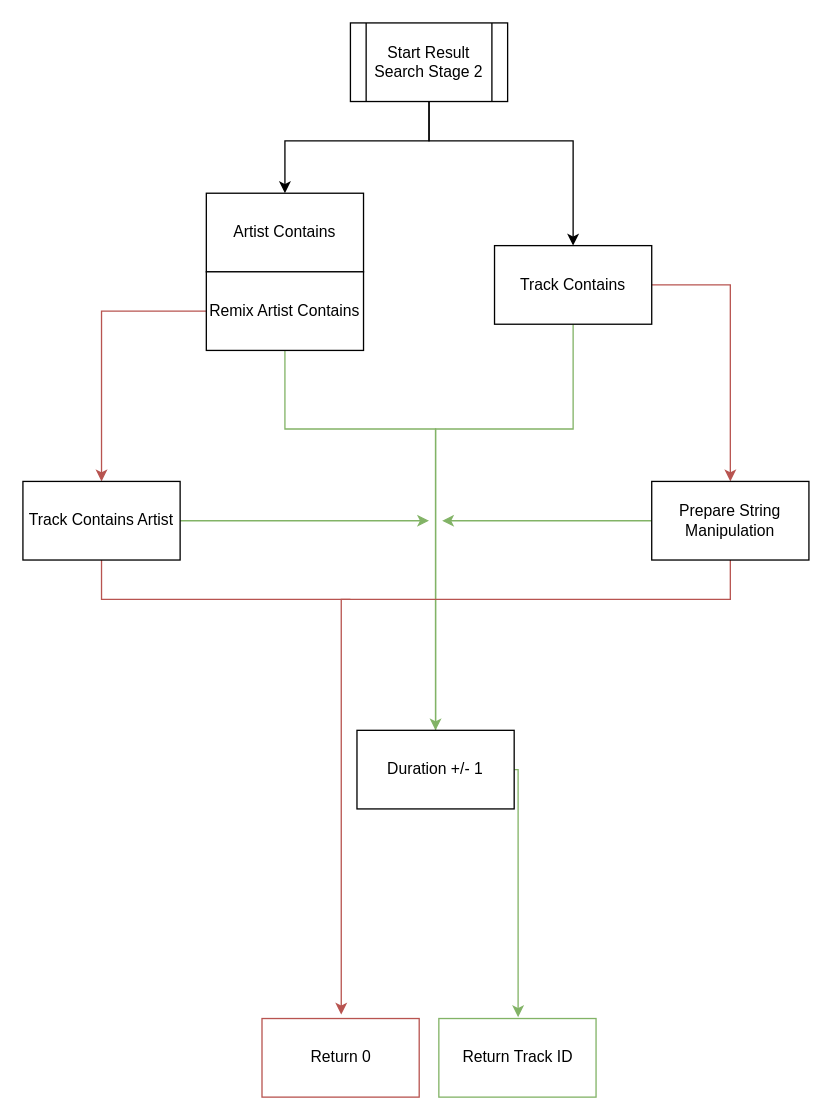
This is img/ResultSearch_2.drawio from BackInBash/DeezerSync, a draw.io file, before an edit. Source tidied: cells renumbered, new cells numbered last; positions are measured from the earlier drawing's top-left corner, leaving out a move shared by most shapes. Both pictures are drawn from the tidied source at 131%, with x=0, y=0 at pixel (22, 22).
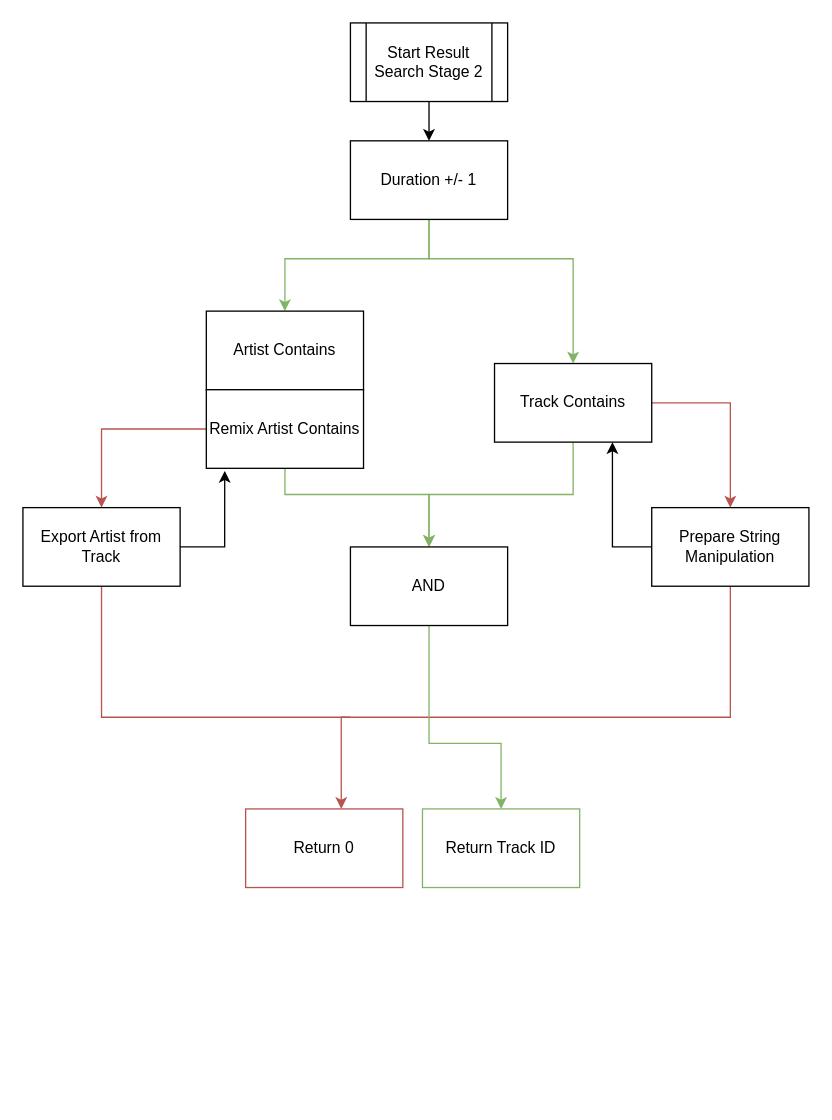
Above is the later version.

The change refers to these unchanged cells:
```xml
<mxCell id="4" value="Start Result Search Stage 2" style="shape=process;whiteSpace=wrap;html=1;backgroundOutline=1;" parent="1" vertex="1">
  <mxGeometry x="250" width="120" height="60" as="geometry" />
</mxCell>
```

Diff of the diagram source:
```diff
@@
-    <mxCell id="2" style="edgeStyle=orthogonalEdgeStyle;rounded=0;jettySize=auto;html=1;entryX=0.5;entryY=0;entryDx=0;entryDy=0;endArrow=classic;endFill=1;" parent="1" edge="1" source="4" target="5">
+    <mxCell id="2" style="edgeStyle=orthogonalEdgeStyle;rounded=0;jettySize=auto;html=1;entryX=0.5;entryY=0;entryDx=0;entryDy=0;endArrow=classic;endFill=1;fillColor=#d5e8d4;strokeColor=#82b366;" parent="1" edge="1" target="5">
       <mxGeometry relative="1" as="geometry">
+        <mxPoint x="310" y="150" as="sourcePoint" />
         <Array as="points">
-          <mxPoint x="310" y="90" />
-          <mxPoint x="200" y="90" />
+          <mxPoint x="310" y="180" />
+          <mxPoint x="200" y="180" />
         </Array>
       </mxGeometry>
     </mxCell>
-    <mxCell id="3" style="edgeStyle=orthogonalEdgeStyle;rounded=0;jettySize=auto;html=1;entryX=0.5;entryY=0;entryDx=0;entryDy=0;endArrow=classic;endFill=1;" parent="1" edge="1" source="4" target="8">
+    <mxCell id="3" style="edgeStyle=orthogonalEdgeStyle;rounded=0;jettySize=auto;html=1;entryX=0.5;entryY=0;entryDx=0;entryDy=0;endArrow=classic;endFill=1;fillColor=#d5e8d4;strokeColor=#82b366;" parent="1" edge="1" target="8">
       <mxGeometry relative="1" as="geometry">
+        <mxPoint x="310" y="150" as="sourcePoint" />
         <Array as="points">
-          <mxPoint x="310" y="90" />
-          <mxPoint x="420" y="90" />
+          <mxPoint x="310" y="180" />
+          <mxPoint x="420" y="180" />
         </Array>
       </mxGeometry>
     </mxCell>
+    <mxCell id="22" style="edgeStyle=orthogonalEdgeStyle;rounded=0;jettySize=auto;html=1;entryX=0.5;entryY=0;entryDx=0;entryDy=0;" parent="1" edge="1" source="4" target="13">
+      <mxGeometry relative="1" as="geometry" />
+    </mxCell>
@@
     <mxCell id="5" value="Artist Contains" style="rounded=0;whiteSpace=wrap;html=1;" parent="1" vertex="1">
-      <mxGeometry x="140" y="130" width="120" height="60" as="geometry" />
+      <mxGeometry x="140" y="220" width="120" height="60" as="geometry" />
     </mxCell>
-    <mxCell id="6" style="edgeStyle=orthogonalEdgeStyle;rounded=0;jettySize=auto;html=1;entryX=0.5;entryY=0;entryDx=0;entryDy=0;endArrow=classic;endFill=1;fillColor=#d5e8d4;strokeColor=#82b366;" parent="1" edge="1" source="8" target="13">
-      <mxGeometry relative="1" as="geometry">
-        <Array as="points">
-          <mxPoint x="420" y="310" />
-          <mxPoint x="315" y="310" />
-        </Array>
-      </mxGeometry>
-    </mxCell>
     <mxCell id="7" style="edgeStyle=orthogonalEdgeStyle;rounded=0;jettySize=auto;html=1;entryX=0.5;entryY=0;entryDx=0;entryDy=0;endArrow=classic;endFill=1;fillColor=#f8cecc;strokeColor=#b85450;" parent="1" edge="1" source="8" target="18">
       <mxGeometry relative="1" as="geometry">
         <Array as="points">
-          <mxPoint x="540" y="200" />
+          <mxPoint x="540" y="290" />
         </Array>
       </mxGeometry>
     </mxCell>
+    <mxCell id="23" style="edgeStyle=orthogonalEdgeStyle;rounded=0;jettySize=auto;html=1;entryX=0.5;entryY=0;entryDx=0;entryDy=0;fillColor=#d5e8d4;strokeColor=#82b366;" parent="1" edge="1" source="8" target="28">
+      <mxGeometry relative="1" as="geometry" />
+    </mxCell>
     <mxCell id="8" value="Track Contains" style="rounded=0;whiteSpace=wrap;html=1;" parent="1" vertex="1">
-      <mxGeometry x="360" y="170" width="120" height="60" as="geometry" />
+      <mxGeometry x="360" y="260" width="120" height="60" as="geometry" />
     </mxCell>
-    <mxCell id="9" style="edgeStyle=orthogonalEdgeStyle;rounded=0;jettySize=auto;html=1;entryX=0.5;entryY=0;entryDx=0;entryDy=0;endArrow=none;endFill=0;fillColor=#d5e8d4;strokeColor=#82b366;" parent="1" edge="1" source="11" target="13">
-      <mxGeometry relative="1" as="geometry">
-        <Array as="points">
-          <mxPoint x="200" y="310" />
-          <mxPoint x="315" y="310" />
-        </Array>
-      </mxGeometry>
-    </mxCell>
@@
+    <mxCell id="24" style="edgeStyle=orthogonalEdgeStyle;rounded=0;jettySize=auto;html=1;fillColor=#d5e8d4;strokeColor=#82b366;" parent="1" edge="1" source="11">
+      <mxGeometry relative="1" as="geometry">
+        <mxPoint x="310" y="400" as="targetPoint" />
+        <Array as="points">
+          <mxPoint x="200" y="360" />
+          <mxPoint x="310" y="360" />
+        </Array>
+      </mxGeometry>
+    </mxCell>
     <mxCell id="11" value="Remix Artist Contains" style="rounded=0;whiteSpace=wrap;html=1;" parent="1" vertex="1">
-      <mxGeometry x="140" y="190" width="120" height="60" as="geometry" />
+      <mxGeometry x="140" y="280" width="120" height="60" as="geometry" />
     </mxCell>
-    <mxCell id="12" style="edgeStyle=orthogonalEdgeStyle;rounded=0;jettySize=auto;html=1;endArrow=classic;endFill=1;fillColor=#d5e8d4;strokeColor=#82b366;" parent="1" edge="1" source="13">
-      <mxGeometry relative="1" as="geometry">
-        <mxPoint x="378" y="759" as="targetPoint" />
-        <Array as="points">
-          <mxPoint x="378" y="570" />
-        </Array>
-      </mxGeometry>
-    </mxCell>
     <mxCell id="13" value="Duration +/- 1" style="rounded=0;whiteSpace=wrap;html=1;" parent="1" vertex="1">
-      <mxGeometry x="255" y="540" width="120" height="60" as="geometry" />
+      <mxGeometry x="250" y="90" width="120" height="60" as="geometry" />
     </mxCell>
     <mxCell id="14" value="Return Track ID" style="rounded=0;whiteSpace=wrap;html=1;fillColor=none;strokeColor=#82b366;" parent="1" vertex="1">
-      <mxGeometry x="317.5" y="760" width="120" height="60" as="geometry" />
+      <mxGeometry x="305" y="600" width="120" height="60" as="geometry" />
     </mxCell>
     <mxCell id="15" value="Return 0" style="rounded=0;whiteSpace=wrap;html=1;fillColor=none;strokeColor=#b85450;" parent="1" vertex="1">
-      <mxGeometry x="182.5" y="760" width="120" height="60" as="geometry" />
+      <mxGeometry x="170" y="600" width="120" height="60" as="geometry" />
     </mxCell>
-    <mxCell id="16" style="edgeStyle=orthogonalEdgeStyle;rounded=0;jettySize=auto;html=1;endArrow=classic;endFill=1;fillColor=#d5e8d4;strokeColor=#82b366;" parent="1" edge="1" source="18">
-      <mxGeometry relative="1" as="geometry">
-        <mxPoint x="320" y="380" as="targetPoint" />
-      </mxGeometry>
-    </mxCell>
     <mxCell id="17" style="edgeStyle=orthogonalEdgeStyle;rounded=0;jettySize=auto;html=1;endArrow=classic;endFill=1;fillColor=#f8cecc;strokeColor=#b85450;" parent="1" edge="1" source="18">
       <mxGeometry relative="1" as="geometry">
-        <mxPoint x="243" y="757" as="targetPoint" />
+        <mxPoint x="243" y="600" as="targetPoint" />
         <Array as="points">
-          <mxPoint x="540" y="440" />
-          <mxPoint x="243" y="440" />
-          <mxPoint x="243" y="757" />
+          <mxPoint x="540" y="530" />
+          <mxPoint x="243" y="530" />
         </Array>
       </mxGeometry>
     </mxCell>
+    <mxCell id="25" style="edgeStyle=orthogonalEdgeStyle;rounded=0;jettySize=auto;html=1;entryX=0.75;entryY=1;entryDx=0;entryDy=0;" parent="1" edge="1" source="18" target="8">
+      <mxGeometry relative="1" as="geometry">
+        <Array as="points">
+          <mxPoint x="450" y="400" />
+        </Array>
+      </mxGeometry>
+    </mxCell>
     <mxCell id="18" value="Prepare String Manipulation" style="rounded=0;whiteSpace=wrap;html=1;fillColor=none;" parent="1" vertex="1">
-      <mxGeometry x="480" y="350" width="120" height="60" as="geometry" />
+      <mxGeometry x="480" y="370" width="120" height="60" as="geometry" />
     </mxCell>
-    <mxCell id="19" style="edgeStyle=orthogonalEdgeStyle;rounded=0;jettySize=auto;html=1;endArrow=classic;endFill=1;fillColor=#d5e8d4;strokeColor=#82b366;" parent="1" edge="1" source="21">
-      <mxGeometry relative="1" as="geometry">
-        <mxPoint x="310" y="380" as="targetPoint" />
-      </mxGeometry>
-    </mxCell>
     <mxCell id="20" style="edgeStyle=orthogonalEdgeStyle;rounded=0;jettySize=auto;html=1;endArrow=none;endFill=0;fillColor=#f8cecc;strokeColor=#b85450;" parent="1" edge="1" source="21">
       <mxGeometry relative="1" as="geometry">
-        <mxPoint x="250" y="440" as="targetPoint" />
+        <mxPoint x="250" y="530" as="targetPoint" />
         <Array as="points">
-          <mxPoint x="60" y="440" />
-          <mxPoint x="240" y="440" />
+          <mxPoint x="60" y="530" />
+          <mxPoint x="240" y="530" />
         </Array>
       </mxGeometry>
     </mxCell>
+    <mxCell id="26" style="edgeStyle=orthogonalEdgeStyle;rounded=0;jettySize=auto;html=1;entryX=0.117;entryY=1.033;entryDx=0;entryDy=0;entryPerimeter=0;" parent="1" edge="1" source="21" target="11">
+      <mxGeometry relative="1" as="geometry" />
+    </mxCell>
-    <mxCell id="21" value="Track Contains Artist" style="rounded=0;whiteSpace=wrap;html=1;fillColor=none;" parent="1" vertex="1">
-      <mxGeometry y="350" width="120" height="60" as="geometry" />
+    <mxCell id="21" value="Export Artist from Track" style="rounded=0;whiteSpace=wrap;html=1;fillColor=none;" parent="1" vertex="1">
+      <mxGeometry y="370" width="120" height="60" as="geometry" />
     </mxCell>
+    <mxCell id="27" style="edgeStyle=orthogonalEdgeStyle;rounded=0;jettySize=auto;html=1;entryX=0.5;entryY=0;entryDx=0;entryDy=0;fillColor=#d5e8d4;strokeColor=#82b366;" parent="1" edge="1" source="28" target="14">
+      <mxGeometry relative="1" as="geometry">
+        <Array as="points">
+          <mxPoint x="310" y="550" />
+          <mxPoint x="365" y="550" />
+        </Array>
+      </mxGeometry>
+    </mxCell>
+    <mxCell id="28" value="AND" style="rounded=0;whiteSpace=wrap;html=1;" parent="1" vertex="1">
+      <mxGeometry x="250" y="400" width="120" height="60" as="geometry" />
+    </mxCell>
```
